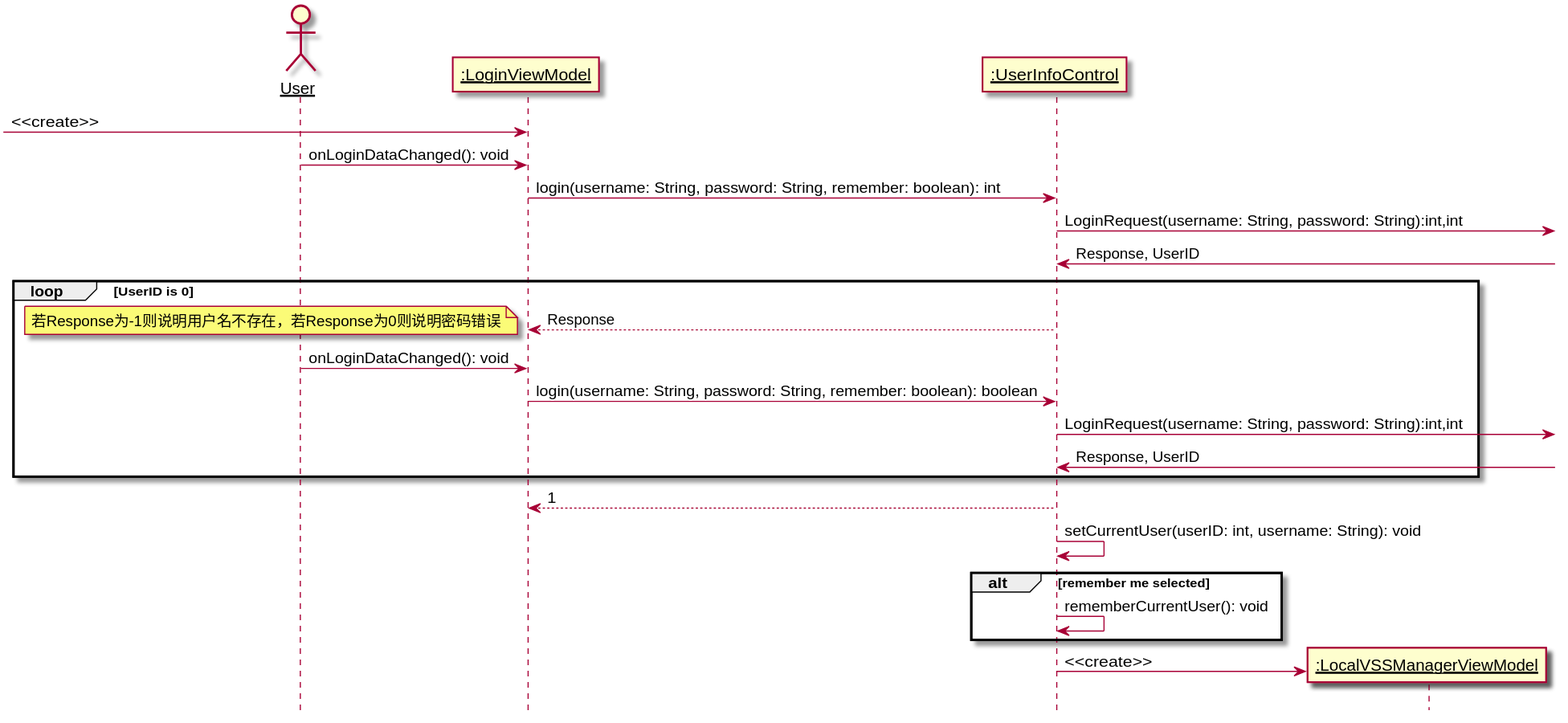
kpp19920121/doc keeps this PlantUML diagram as 设计/Diagrams/Login.svg. Above is the earlier version.
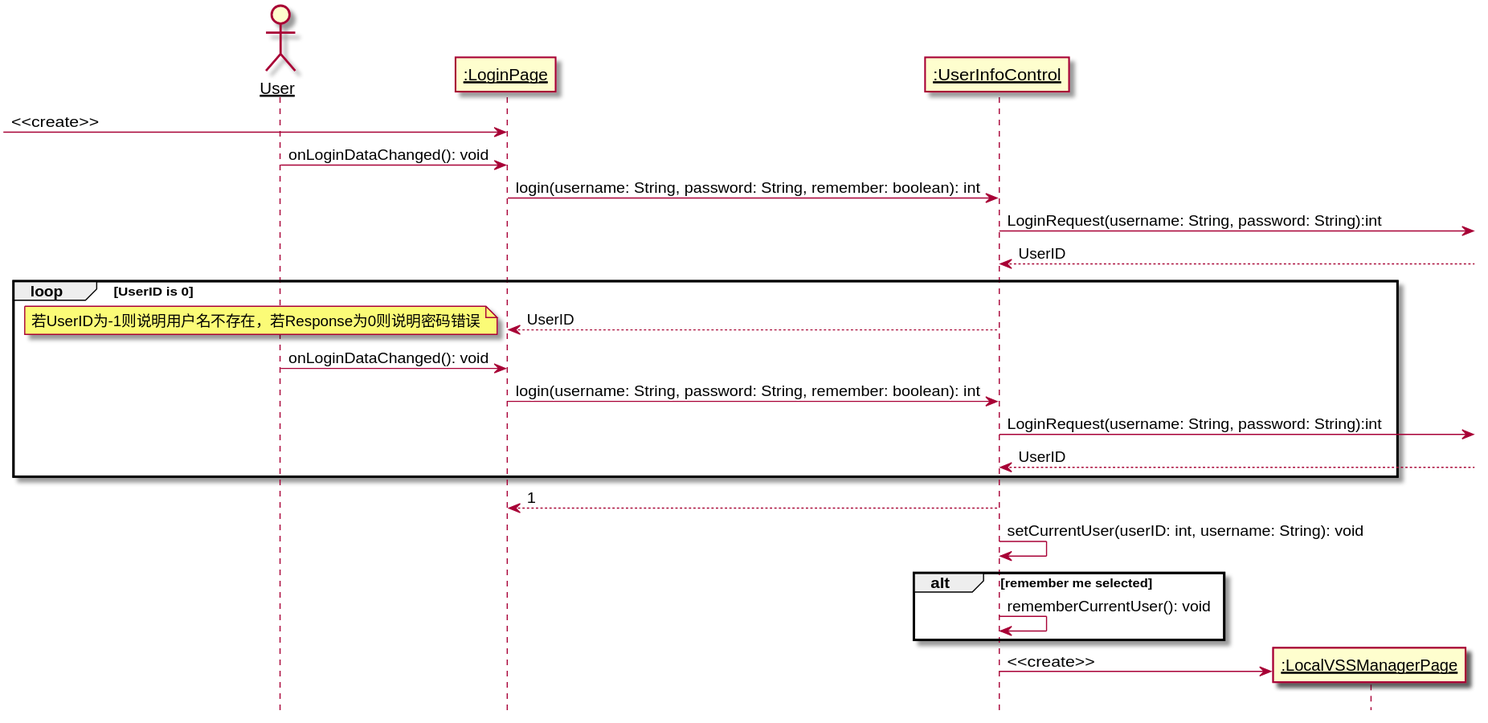
After the commit.

Change to the diagram source:
```diff
@@ -3,24 +3,24 @@
 skinparam sequenceParticipant underline
 
 actor User as user
-participant ":LoginViewModel" as boundary
+participant ":LoginPage" as boundary
 participant ":UserInfoControl" as control
-participant ":LocalVSSManagerViewModel" as nextpage
+participant ":LocalVSSManagerPage" as nextpage
 
 
 [-> boundary: <<create>>
 user -> boundary: onLoginDataChanged(): void
 boundary -> control: login(username: String, password: String, remember: boolean): int
-control ->: LoginRequest(username: String, password: String):int,int
-control <-:Response, UserID
+control ->: LoginRequest(username: String, password: String):int
+control <--:UserID
 
 loop UserID is 0
-    control --> boundary: Response
-    note left:若Response为-1则说明用户名不存在，若Response为0则说明密码错误
+    control --> boundary: UserID
+    note left:若UserID为-1则说明用户名不存在，若Response为0则说明密码错误
     user -> boundary: onLoginDataChanged(): void
-    boundary -> control: login(username: String, password: String, remember: boolean): boolean
-    control ->: LoginRequest(username: String, password: String):int,int
-    control <-:Response, UserID
+    boundary -> control: login(username: String, password: String, remember: boolean): int
+    control ->: LoginRequest(username: String, password: String):int
+    control <--:UserID
 end
 control --> boundary: 1
 control -> control: setCurrentUser(userID: int, username: String): void
```
